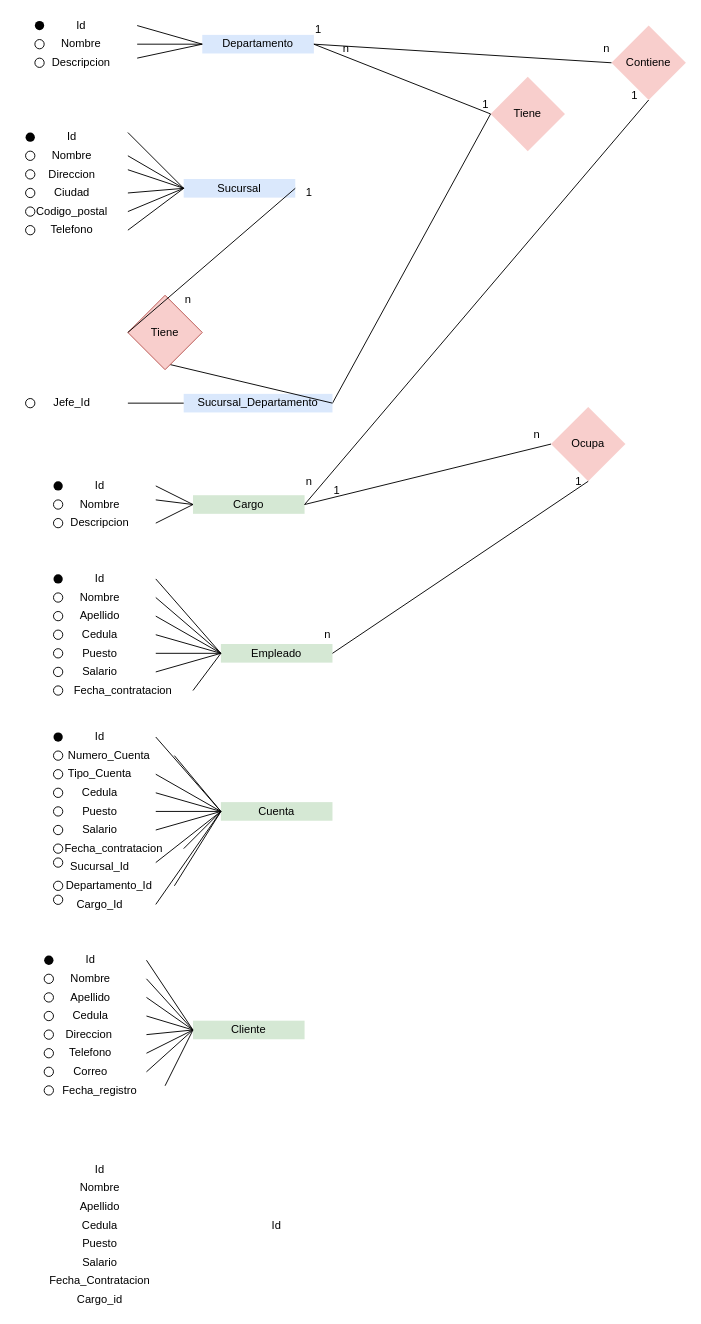
Above: Diagrama sin título.drawio in Nico1091/Bases-de-datos (draw.io), before the change. Source tidied: cells renumbered, new cells numbered last; positions are measured from the earlier drawing's top-left corner, leaving out a move shared by most shapes. Both pictures are drawn from the tidied source at 93%, with x=0, y=0 at pixel (16, 16).
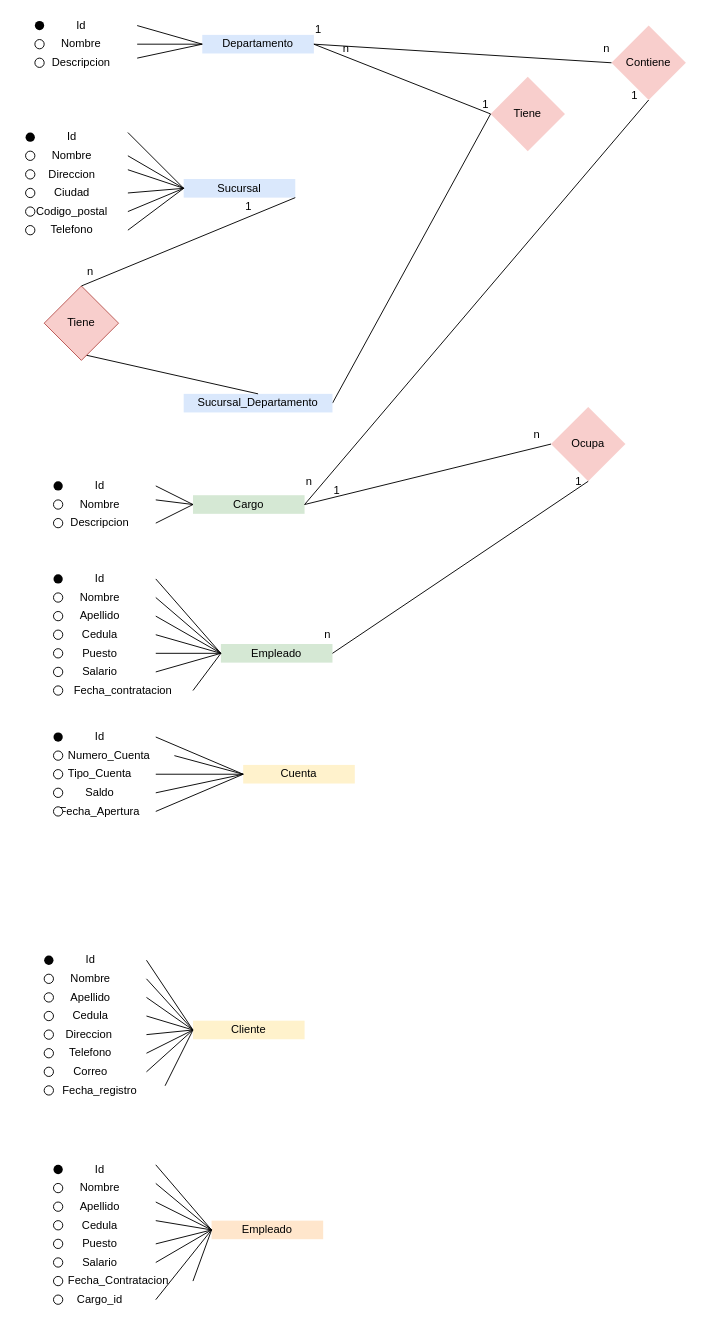
The same page after the edit.

Unchanged cells that the change refers to:
```xml
<mxCell id="8" value="Sucursal" style="rounded=0;whiteSpace=wrap;html=1;strokeColor=none;fillColor=#dae8fc;" parent="1" vertex="1">
  <mxGeometry x="180" y="175" width="120" height="20" as="geometry" />
</mxCell>
<mxCell id="141" value="Sucursal_Departamento" style="rounded=0;whiteSpace=wrap;html=1;strokeColor=none;fillColor=#dae8fc;" parent="1" vertex="1">
  <mxGeometry x="180" y="406" width="160" height="20" as="geometry" />
</mxCell>
<mxCell id="148" value="Nombre" style="rounded=0;whiteSpace=wrap;html=1;strokeColor=none;" parent="1" vertex="1">
  <mxGeometry x="30" y="1250" width="120" height="20" as="geometry" />
</mxCell>
```

What changed in the source:
```diff
@@
-    <mxCell id="66" value="Cliente" style="rounded=0;whiteSpace=wrap;html=1;strokeColor=none;fillColor=#d5e8d4;" parent="1" vertex="1">
+    <mxCell id="66" value="Cliente" style="rounded=0;whiteSpace=wrap;html=1;strokeColor=none;fillColor=#fff2cc;" parent="1" vertex="1">
       <mxGeometry x="190" y="1080" width="120" height="20" as="geometry" />
     </mxCell>
@@
-    <mxCell id="79" value="Cedula" style="rounded=0;whiteSpace=wrap;html=1;strokeColor=none;fillColor=none;" parent="1" vertex="1">
+    <mxCell id="79" value="Saldo" style="rounded=0;whiteSpace=wrap;html=1;strokeColor=none;fillColor=none;" parent="1" vertex="1">
       <mxGeometry x="30" y="825" width="120" height="20" as="geometry" />
     </mxCell>
-    <mxCell id="80" value="Puesto" style="rounded=0;whiteSpace=wrap;html=1;strokeColor=none;fillColor=none;" parent="1" vertex="1">
+    <mxCell id="80" value="Fecha_Apertura" style="rounded=0;whiteSpace=wrap;html=1;strokeColor=none;fillColor=none;" parent="1" vertex="1">
       <mxGeometry x="30" y="845" width="120" height="20" as="geometry" />
     </mxCell>
-    <mxCell id="81" value="Salario" style="rounded=0;whiteSpace=wrap;html=1;strokeColor=none;fillColor=none;" parent="1" vertex="1">
-      <mxGeometry x="30" y="865" width="120" height="20" as="geometry" />
-    </mxCell>
-    <mxCell id="82" value="Fecha_contratacion" style="rounded=0;whiteSpace=wrap;html=1;strokeColor=none;fillColor=none;" parent="1" vertex="1">
-      <mxGeometry x="30" y="885" width="150" height="20" as="geometry" />
-    </mxCell>
-    <mxCell id="83" value="Sucursal_Id" style="rounded=0;whiteSpace=wrap;html=1;strokeColor=none;fillColor=none;" parent="1" vertex="1">
-      <mxGeometry x="30" y="905" width="120" height="20" as="geometry" />
-    </mxCell>
-    <mxCell id="84" value="Cuenta" style="rounded=0;whiteSpace=wrap;html=1;strokeColor=none;fillColor=#d5e8d4;" parent="1" vertex="1">
-      <mxGeometry x="220" y="845" width="120" height="20" as="geometry" />
+    <mxCell id="84" value="Cuenta" style="rounded=0;whiteSpace=wrap;html=1;strokeColor=none;fillColor=#fff2cc;" parent="1" vertex="1">
+      <mxGeometry x="244" y="805" width="120" height="20" as="geometry" />
     </mxCell>
@@
-    <mxCell id="90" style="endArrow=none;html=1;rounded=0;exitX=1;exitY=0.5;exitDx=0;exitDy=0;entryX=0;entryY=0.5;entryDx=0;entryDy=0;" parent="1" edge="1" source="81" target="84">
-      <mxGeometry relative="1" as="geometry" />
-    </mxCell>
-    <mxCell id="91" style="endArrow=none;html=1;rounded=0;exitX=1;exitY=0.5;exitDx=0;exitDy=0;entryX=0;entryY=0.5;entryDx=0;entryDy=0;" parent="1" edge="1" source="82" target="84">
-      <mxGeometry relative="1" as="geometry" />
-    </mxCell>
-    <mxCell id="92" style="endArrow=none;html=1;rounded=0;exitX=1;exitY=0.25;exitDx=0;exitDy=0;entryX=0;entryY=0.5;entryDx=0;entryDy=0;" parent="1" edge="1" source="83" target="84">
-      <mxGeometry relative="1" as="geometry" />
-    </mxCell>
-    <mxCell id="93" value="Departamento_Id" style="rounded=0;whiteSpace=wrap;html=1;strokeColor=none;fillColor=none;" parent="1" vertex="1">
-      <mxGeometry x="30" y="925" width="140" height="20" as="geometry" />
-    </mxCell>
-    <mxCell id="94" value="Cargo_Id" style="rounded=0;whiteSpace=wrap;html=1;strokeColor=none;fillColor=none;" parent="1" vertex="1">
-      <mxGeometry x="30" y="945" width="120" height="20" as="geometry" />
-    </mxCell>
-    <mxCell id="95" style="endArrow=none;html=1;rounded=0;entryX=0;entryY=0.5;entryDx=0;entryDy=0;exitX=1;exitY=0.5;exitDx=0;exitDy=0;" parent="1" edge="1" source="93" target="84">
-      <mxGeometry relative="1" as="geometry" />
-    </mxCell>
-    <mxCell id="96" style="endArrow=none;html=1;rounded=0;entryX=0;entryY=0.5;entryDx=0;entryDy=0;exitX=1;exitY=0.5;exitDx=0;exitDy=0;" parent="1" edge="1" source="94" target="84">
-      <mxGeometry relative="1" as="geometry" />
-    </mxCell>
@@
     <mxCell id="99" value="1" style="rounded=0;whiteSpace=wrap;html=1;strokeColor=none;fillColor=none;" parent="1" vertex="1">
-      <mxGeometry x="310" y="185" width="10" height="10" as="geometry" />
+      <mxGeometry x="245" y="200" width="10" height="10" as="geometry" />
     </mxCell>
@@
     <mxCell id="101" value="n" style="rounded=0;whiteSpace=wrap;html=1;strokeColor=none;fillColor=none;" parent="1" vertex="1">
-      <mxGeometry x="180" y="300" width="10" height="10" as="geometry" />
+      <mxGeometry x="75" y="270" width="10" height="10" as="geometry" />
     </mxCell>
@@
-    <mxCell id="135" style="ellipse;whiteSpace=wrap;html=1;" parent="1" vertex="1">
-      <mxGeometry x="40" y="870" width="10" height="10" as="geometry" />
-    </mxCell>
-    <mxCell id="136" style="ellipse;whiteSpace=wrap;html=1;" parent="1" vertex="1">
-      <mxGeometry x="40" y="890" width="10" height="10" as="geometry" />
-    </mxCell>
-    <mxCell id="137" style="ellipse;whiteSpace=wrap;html=1;" parent="1" vertex="1">
-      <mxGeometry x="40" y="905" width="10" height="10" as="geometry" />
-    </mxCell>
-    <mxCell id="138" style="ellipse;whiteSpace=wrap;html=1;" parent="1" vertex="1">
-      <mxGeometry x="40" y="930" width="10" height="10" as="geometry" />
-    </mxCell>
-    <mxCell id="139" style="ellipse;whiteSpace=wrap;html=1;" parent="1" vertex="1">
-      <mxGeometry x="40" y="945" width="10" height="10" as="geometry" />
-    </mxCell>
-    <mxCell id="140" value="Jefe_Id" style="rounded=0;whiteSpace=wrap;html=1;strokeColor=none;fillColor=none;" parent="1" vertex="1">
-      <mxGeometry y="406" width="120" height="20" as="geometry" />
-    </mxCell>
@@
-    <mxCell id="142" style="ellipse;whiteSpace=wrap;html=1;" parent="1" vertex="1">
-      <mxGeometry x="10" y="411" width="10" height="10" as="geometry" />
-    </mxCell>
-    <mxCell id="143" style="endArrow=none;html=1;rounded=0;entryX=0;entryY=0.5;entryDx=0;entryDy=0;exitX=1;exitY=0.5;exitDx=0;exitDy=0;" parent="1" edge="1" source="140" target="141">
-      <mxGeometry relative="1" as="geometry" />
-    </mxCell>
-    <mxCell id="144" style="endArrow=none;html=1;rounded=0;exitX=1;exitY=0.5;exitDx=0;exitDy=0;entryX=0.533;entryY=0.923;entryDx=0;entryDy=0;entryPerimeter=0;" parent="1" edge="1" source="141" target="145">
+    <mxCell id="144" style="endArrow=none;html=1;rounded=0;exitX=0.5;exitY=0;exitDx=0;exitDy=0;entryX=0.533;entryY=0.923;entryDx=0;entryDy=0;entryPerimeter=0;" parent="1" edge="1" source="141" target="145">
       <mxGeometry relative="1" as="geometry" />
     </mxCell>
     <mxCell id="145" value="Tiene" style="rhombus;whiteSpace=wrap;html=1;fillColor=#f8cecc;strokeColor=#b85450;" parent="1" vertex="1">
-      <mxGeometry x="120" y="300" width="80" height="80" as="geometry" />
+      <mxGeometry x="30" y="290" width="80" height="80" as="geometry" />
     </mxCell>
-    <mxCell id="146" style="endArrow=none;html=1;rounded=0;exitX=1;exitY=0.5;exitDx=0;exitDy=0;entryX=0;entryY=0.5;entryDx=0;entryDy=0;" parent="1" edge="1" source="8" target="145">
+    <mxCell id="146" style="endArrow=none;html=1;rounded=0;exitX=1;exitY=1;exitDx=0;exitDy=0;entryX=0.5;entryY=0;entryDx=0;entryDy=0;" parent="1" edge="1" source="8" target="145">
       <mxGeometry relative="1" as="geometry" />
     </mxCell>
-    <mxCell id="147" value="Id" style="rounded=0;whiteSpace=wrap;html=1;strokeColor=none;" parent="1" vertex="1">
+    <mxCell id="147" value="Id" style="rounded=0;whiteSpace=wrap;html=1;strokeColor=none;fillColor=none;" parent="1" vertex="1">
       <mxGeometry x="30" y="1230" width="120" height="20" as="geometry" />
     </mxCell>
@@
-    <mxCell id="149" value="Apellido" style="rounded=0;whiteSpace=wrap;html=1;strokeColor=none;" parent="1" vertex="1">
+    <mxCell id="149" value="Apellido" style="rounded=0;whiteSpace=wrap;html=1;strokeColor=none;fillColor=none;" parent="1" vertex="1">
       <mxGeometry x="30" y="1270" width="120" height="20" as="geometry" />
     </mxCell>
-    <mxCell id="150" value="Cedula" style="rounded=0;whiteSpace=wrap;html=1;strokeColor=none;" parent="1" vertex="1">
+    <mxCell id="150" value="Cedula" style="rounded=0;whiteSpace=wrap;html=1;strokeColor=none;fillColor=none;" parent="1" vertex="1">
       <mxGeometry x="30" y="1290" width="120" height="20" as="geometry" />
     </mxCell>
-    <mxCell id="151" value="Puesto" style="rounded=0;whiteSpace=wrap;html=1;strokeColor=none;" parent="1" vertex="1">
+    <mxCell id="151" value="Puesto" style="rounded=0;whiteSpace=wrap;html=1;strokeColor=none;fillColor=none;" parent="1" vertex="1">
       <mxGeometry x="30" y="1310" width="120" height="20" as="geometry" />
     </mxCell>
-    <mxCell id="152" value="Salario" style="rounded=0;whiteSpace=wrap;html=1;strokeColor=none;" parent="1" vertex="1">
+    <mxCell id="152" value="Salario" style="rounded=0;whiteSpace=wrap;html=1;strokeColor=none;fillColor=none;" parent="1" vertex="1">
       <mxGeometry x="30" y="1330" width="120" height="20" as="geometry" />
     </mxCell>
-    <mxCell id="153" value="Fecha_Contratacion" style="rounded=0;whiteSpace=wrap;html=1;strokeColor=none;" parent="1" vertex="1">
-      <mxGeometry x="30" y="1350" width="120" height="20" as="geometry" />
+    <mxCell id="153" value="Fecha_Contratacion" style="rounded=0;whiteSpace=wrap;html=1;strokeColor=none;fillColor=none;" parent="1" vertex="1">
+      <mxGeometry x="30" y="1350" width="160" height="20" as="geometry" />
     </mxCell>
-    <mxCell id="154" value="Cargo_id" style="rounded=0;whiteSpace=wrap;html=1;strokeColor=none;" parent="1" vertex="1">
+    <mxCell id="154" value="Cargo_id" style="rounded=0;whiteSpace=wrap;html=1;strokeColor=none;fillColor=none;" parent="1" vertex="1">
       <mxGeometry x="30" y="1370" width="120" height="20" as="geometry" />
     </mxCell>
-    <mxCell id="155" value="Id" style="rounded=0;whiteSpace=wrap;html=1;strokeColor=none;" parent="1" vertex="1">
-      <mxGeometry x="220" y="1290" width="120" height="20" as="geometry" />
+    <mxCell id="155" value="Empleado" style="rounded=0;whiteSpace=wrap;html=1;strokeColor=none;fillColor=#ffe6cc;" parent="1" vertex="1">
+      <mxGeometry x="210" y="1295" width="120" height="20" as="geometry" />
     </mxCell>
+    <mxCell id="156" style="ellipse;whiteSpace=wrap;html=1;strokeColor=none;fillColor=#000000;" parent="1" vertex="1">
+      <mxGeometry x="40" y="1235" width="10" height="10" as="geometry" />
+    </mxCell>
+    <mxCell id="157" style="ellipse;whiteSpace=wrap;html=1;fillColor=none;" parent="1" vertex="1">
+      <mxGeometry x="40" y="1255" width="10" height="10" as="geometry" />
+    </mxCell>
+    <mxCell id="158" style="ellipse;whiteSpace=wrap;html=1;fillColor=none;" parent="1" vertex="1">
+      <mxGeometry x="40" y="1275" width="10" height="10" as="geometry" />
+    </mxCell>
+    <mxCell id="159" style="ellipse;whiteSpace=wrap;html=1;fillColor=none;" parent="1" vertex="1">
+      <mxGeometry x="40" y="1295" width="10" height="10" as="geometry" />
+    </mxCell>
+    <mxCell id="160" style="ellipse;whiteSpace=wrap;html=1;fillColor=none;" parent="1" vertex="1">
+      <mxGeometry x="40" y="1315" width="10" height="10" as="geometry" />
+    </mxCell>
+    <mxCell id="161" style="ellipse;whiteSpace=wrap;html=1;fillColor=none;" parent="1" vertex="1">
+      <mxGeometry x="40" y="1335" width="10" height="10" as="geometry" />
+    </mxCell>
+    <mxCell id="162" style="ellipse;whiteSpace=wrap;html=1;fillColor=none;" parent="1" vertex="1">
+      <mxGeometry x="40" y="1355" width="10" height="10" as="geometry" />
+    </mxCell>
+    <mxCell id="163" style="ellipse;whiteSpace=wrap;html=1;fillColor=none;" parent="1" vertex="1">
+      <mxGeometry x="40" y="1375" width="10" height="10" as="geometry" />
+    </mxCell>
+    <mxCell id="164" style="endArrow=none;html=1;rounded=0;exitX=0;exitY=0.5;exitDx=0;exitDy=0;entryX=1;entryY=0.25;entryDx=0;entryDy=0;" parent="1" edge="1" source="155" target="147">
+      <mxGeometry relative="1" as="geometry" />
+    </mxCell>
+    <mxCell id="165" style="endArrow=none;html=1;rounded=0;exitX=0;exitY=0.5;exitDx=0;exitDy=0;entryX=1;entryY=0.25;entryDx=0;entryDy=0;" parent="1" edge="1" source="155" target="148">
+      <mxGeometry relative="1" as="geometry" />
+    </mxCell>
+    <mxCell id="166" style="endArrow=none;html=1;rounded=0;exitX=0;exitY=0.5;exitDx=0;exitDy=0;entryX=1;entryY=0.25;entryDx=0;entryDy=0;" parent="1" edge="1" source="155" target="149">
+      <mxGeometry relative="1" as="geometry" />
+    </mxCell>
+    <mxCell id="167" style="endArrow=none;html=1;rounded=0;entryX=1;entryY=0.25;entryDx=0;entryDy=0;exitX=0;exitY=0.5;exitDx=0;exitDy=0;" parent="1" edge="1" source="155" target="150">
+      <mxGeometry relative="1" as="geometry" />
+    </mxCell>
+    <mxCell id="168" style="endArrow=none;html=1;rounded=0;exitX=0;exitY=0.5;exitDx=0;exitDy=0;entryX=1;entryY=0.5;entryDx=0;entryDy=0;" parent="1" edge="1" source="155" target="151">
+      <mxGeometry relative="1" as="geometry" />
+    </mxCell>
+    <mxCell id="169" style="endArrow=none;html=1;rounded=0;exitX=0;exitY=0.5;exitDx=0;exitDy=0;entryX=1;entryY=0.5;entryDx=0;entryDy=0;" parent="1" edge="1" source="155" target="152">
+      <mxGeometry relative="1" as="geometry" />
+    </mxCell>
+    <mxCell id="170" style="endArrow=none;html=1;rounded=0;entryX=0;entryY=0.5;entryDx=0;entryDy=0;exitX=1;exitY=0.5;exitDx=0;exitDy=0;" parent="1" edge="1" source="153" target="155">
+      <mxGeometry relative="1" as="geometry" />
+    </mxCell>
+    <mxCell id="171" style="endArrow=none;html=1;rounded=0;exitX=1;exitY=0.5;exitDx=0;exitDy=0;entryX=0;entryY=0.5;entryDx=0;entryDy=0;" parent="1" edge="1" source="154" target="155">
+      <mxGeometry relative="1" as="geometry" />
+    </mxCell>
```
